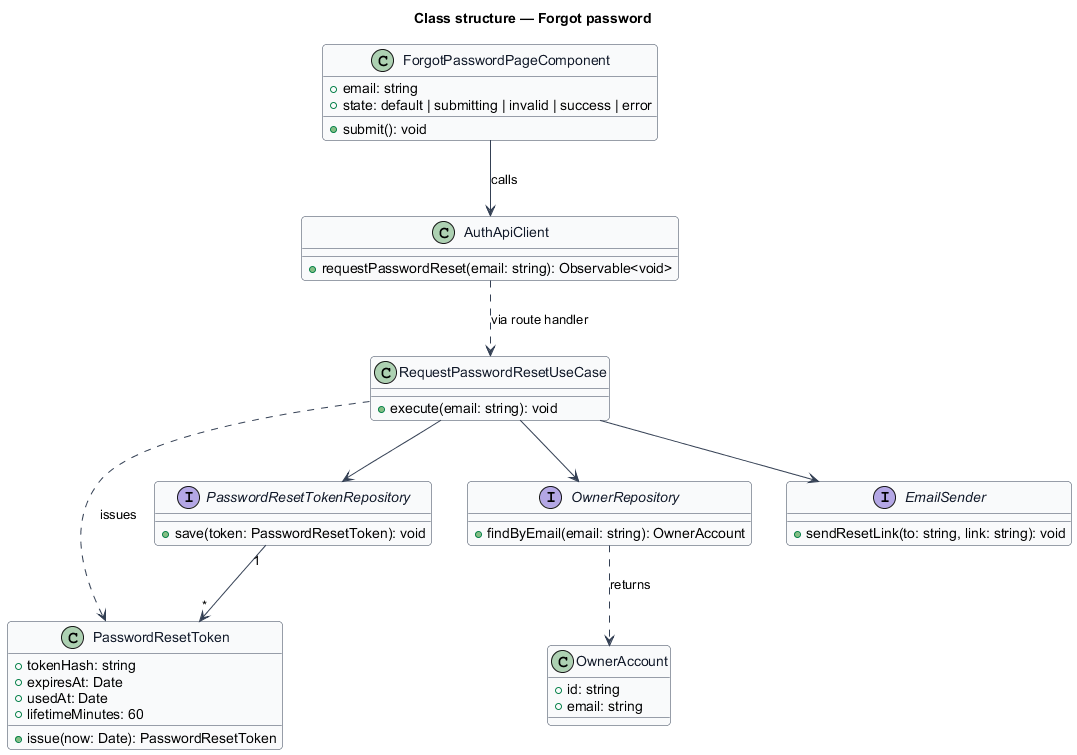
Before: docs/detailed-designs/access/forgot-password/diagrams/class-structure.png, a diagram exported from PlantUML (QuinntyneBrown/cullr). Its diagram source:
```plantuml
@startuml
skinparam backgroundColor #FFFFFF
skinparam shadowing false
skinparam roundcorner 8
skinparam defaultFontName Arial
skinparam ArrowColor #344054
skinparam class {
  BorderColor #344054
  FontColor #101828
  BackgroundColor #F9FAFB
}
title Class structure — Forgot password

class ForgotPasswordPageComponent {
  +email: string
  +state: default | submitting | invalid | success | error
  +submit(): void
}
class AuthApiClient {
  +requestPasswordReset(email: string): Observable<void>
}
class RequestPasswordResetUseCase {
  +execute(email: string): void
}
class PasswordResetToken {
  +tokenHash: string
  +expiresAt: Date
  +usedAt: Date
  +lifetimeMinutes: 60
  +issue(now: Date): PasswordResetToken
}
interface OwnerRepository {
  +findByEmail(email: string): OwnerAccount
}
interface PasswordResetTokenRepository {
  +save(token: PasswordResetToken): void
}
interface EmailSender {
  +sendResetLink(to: string, link: string): void
}
class OwnerAccount {
  +id: string
  +email: string
}

ForgotPasswordPageComponent --> AuthApiClient : calls
AuthApiClient ..> RequestPasswordResetUseCase : via route handler
RequestPasswordResetUseCase --> OwnerRepository
RequestPasswordResetUseCase --> PasswordResetTokenRepository
RequestPasswordResetUseCase --> EmailSender
RequestPasswordResetUseCase ..> PasswordResetToken : issues
OwnerRepository ..> OwnerAccount : returns
PasswordResetTokenRepository "1" --> "*" PasswordResetToken
@enduml
```
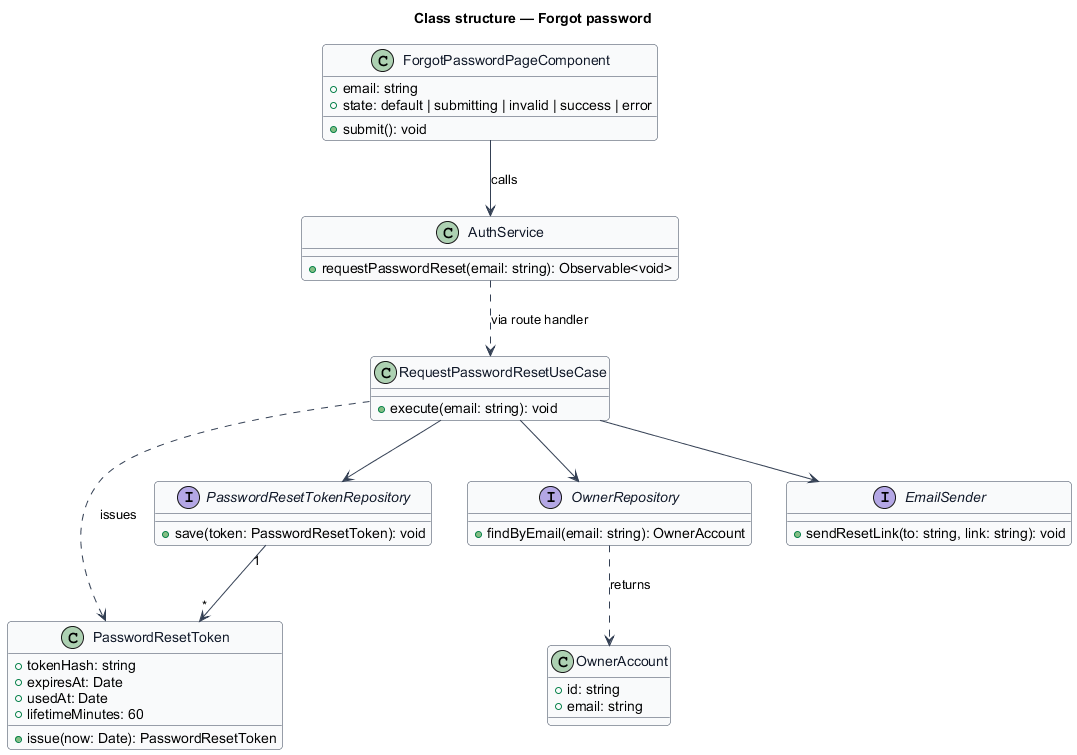
Above is the later version.

Diff of the diagram source:
```diff
@@ -16,7 +16,7 @@
   +state: default | submitting | invalid | success | error
   +submit(): void
 }
-class AuthApiClient {
+class AuthService {
   +requestPasswordReset(email: string): Observable<void>
 }
 class RequestPasswordResetUseCase {
@@ -43,8 +43,8 @@
   +email: string
 }
 
-ForgotPasswordPageComponent --> AuthApiClient : calls
-AuthApiClient ..> RequestPasswordResetUseCase : via route handler
+ForgotPasswordPageComponent --> AuthService : calls
+AuthService ..> RequestPasswordResetUseCase : via route handler
 RequestPasswordResetUseCase --> OwnerRepository
 RequestPasswordResetUseCase --> PasswordResetTokenRepository
 RequestPasswordResetUseCase --> EmailSender
```
